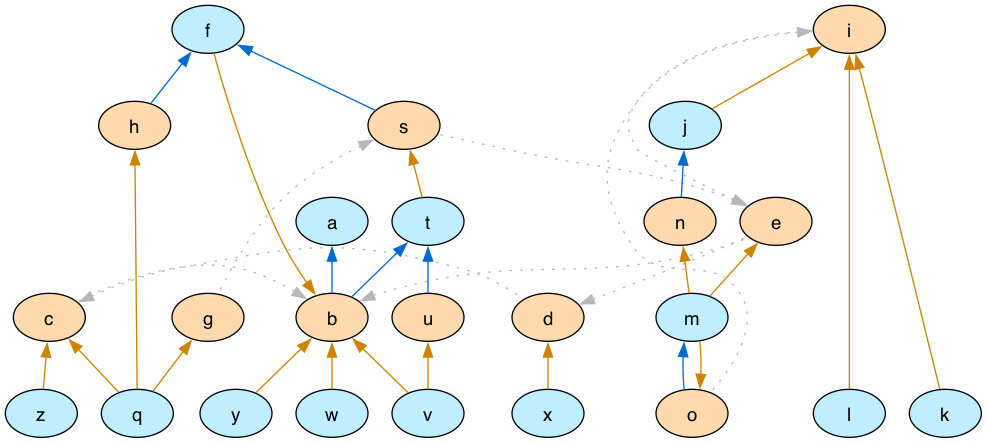
Above: IDCC-2024/graphs/arg_pw1_graph_colored.png in idaks/Games-and-Argumentation (Graphviz), before the change. Its source is kept beside it as IDCC-2024/graphs/arg_pw1_graph_colored.dot. The source it was exported from:
```dot
digraph G {
  rankdir="TB"
  node [shape=oval style=filled fontname=Helvetica fontsize=14]
  node [fillcolor="#ffdaaf" fontcolor="#000000"] b c d e s g h i o n u
  node [fillcolor="#bfefff" fontcolor="#000000"] a t f j k l m q v w x y z
  edge [dir=back color="#006ad1" style="solid"]
        "a" -> "b"
        "t" -> "b"
        "f" -> "h"
        "j" -> "n"
        "m" -> "o"
        "f" -> "s"
        "t" -> "u"
  edge [dir=back color="#cc8400" style="solid"]
        "b" -> "f"
        "i" -> "j"
        "i" -> "k"
        "i" -> "l"
        "e" -> "m"
        "o" -> "m"
        "n" -> "m"
        "g" -> "q"
        "h" -> "q"
        "c" -> "q"
        "s" -> "t"
        "b" -> "v"
        "u" -> "v"
        "b" -> "w"
        "d" -> "x"
        "b" -> "y"
        "c" -> "z"
  edge [dir=back color="#b7b7b7" style="dotted" constraint=false]
        "b" -> "c"
        "c" -> "d"
        "b" -> "e"
        "d" -> "e"
        "s" -> "g"
        "e" -> "i"
        "i" -> "o"
        "e" -> "s"

  {rank = max k l q v w x y z}
  {rank = min f}
}
```
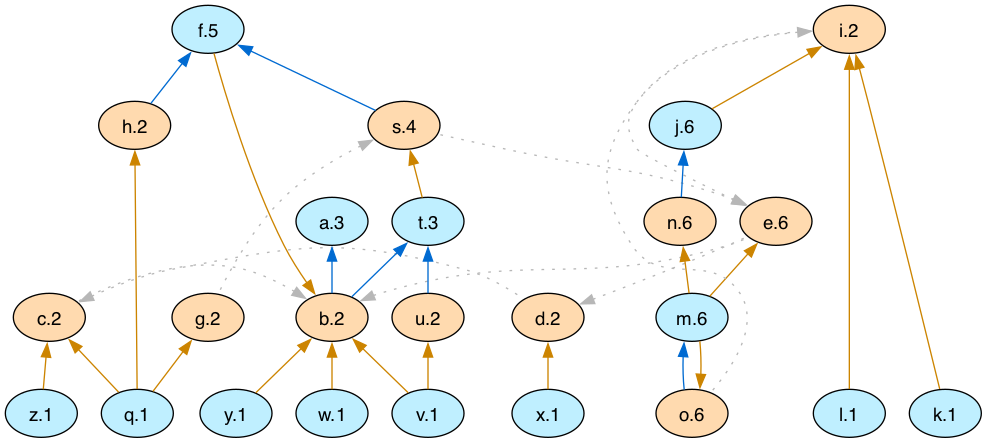
Above is the later version.

Diff of the diagram source:
```diff
@@ -1,8 +1,32 @@
 digraph G {
   rankdir="TB"
   node [shape=oval style=filled fontname=Helvetica fontsize=14]
-  node [fillcolor="#ffdaaf" fontcolor="#000000"] b c d e s g h i o n u
-  node [fillcolor="#bfefff" fontcolor="#000000"] a t f j k l m q v w x y z
+  node [fillcolor="#ffdaaf" fontcolor="#000000"]
+       b[label="b.2"]
+       c[label="c.2"]
+       d[label="d.2"]
+       e[label="e.6"]
+       s[label="s.4"]
+       g[label="g.2"]
+       h[label="h.2"]
+       i[label="i.2"]
+       o[label="o.6"]
+       n[label="n.6"]
+       u[label="u.2"]
+  node [fillcolor="#bfefff" fontcolor="#000000"]
+       a[label="a.3"]
+       t[label="t.3"]
+       f[label="f.5"]
+       j[label="j.6"]
+       k[label="k.1"]
+       l[label="l.1"]
+       m[label="m.6"]
+       q[label="q.1"]
+       v[label="v.1"]
+       w[label="w.1"]
+       x[label="x.1"]
+       y[label="y.1"]
+       z[label="z.1"]
   edge [dir=back color="#006ad1" style="solid"]
         "a" -> "b"
         "t" -> "b"
```
